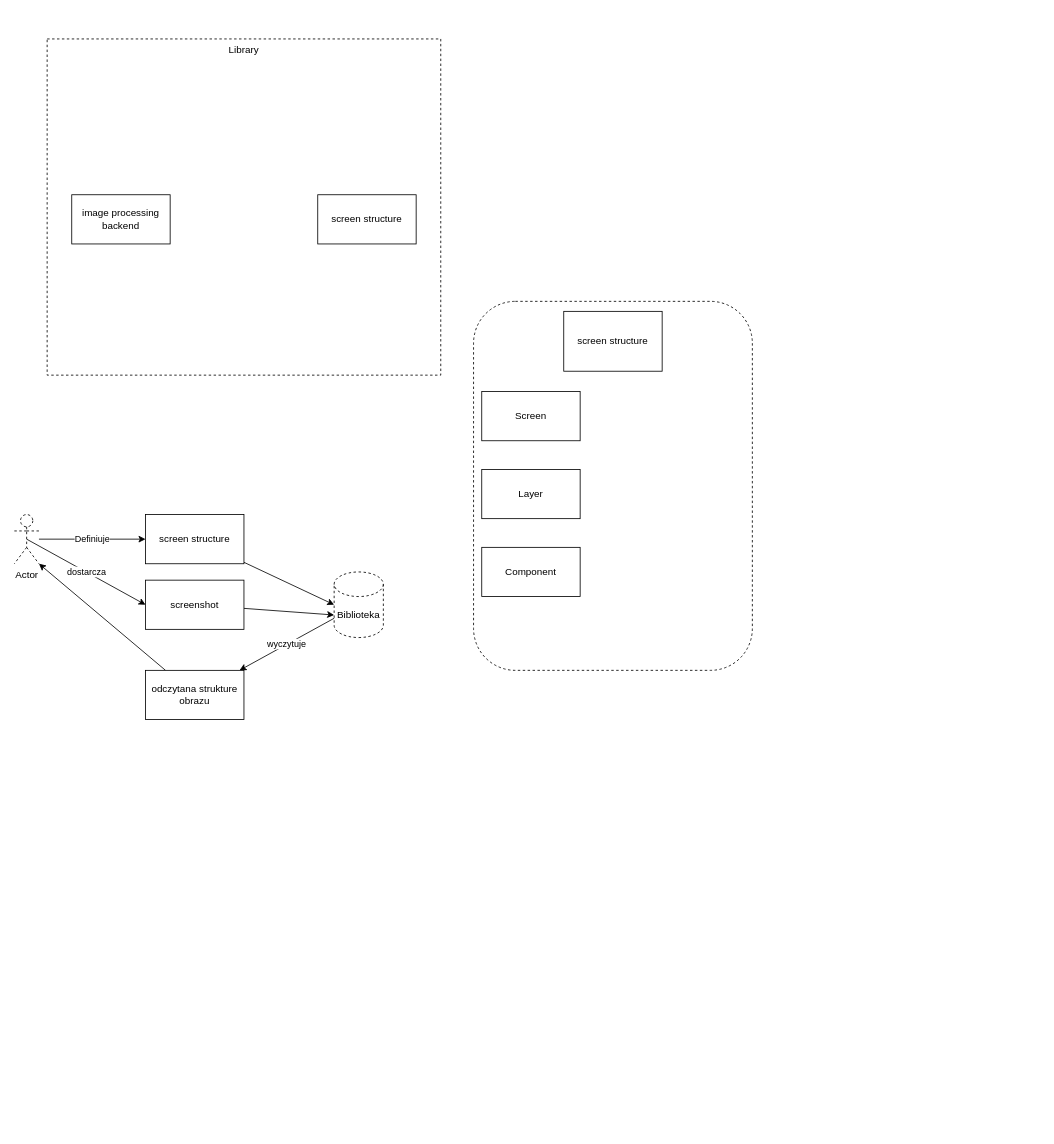
Vergenter/gameskan keeps this draw.io diagram as architecture.drawio. Above is the earlier version. Source tidied: cells renumbered, new cells numbered last; positions are measured from the earlier drawing's top-left corner, leaving out a move shared by most shapes. Both pictures are drawn from the tidied source at 82%, with x=0, y=0 at pixel (14, 39).
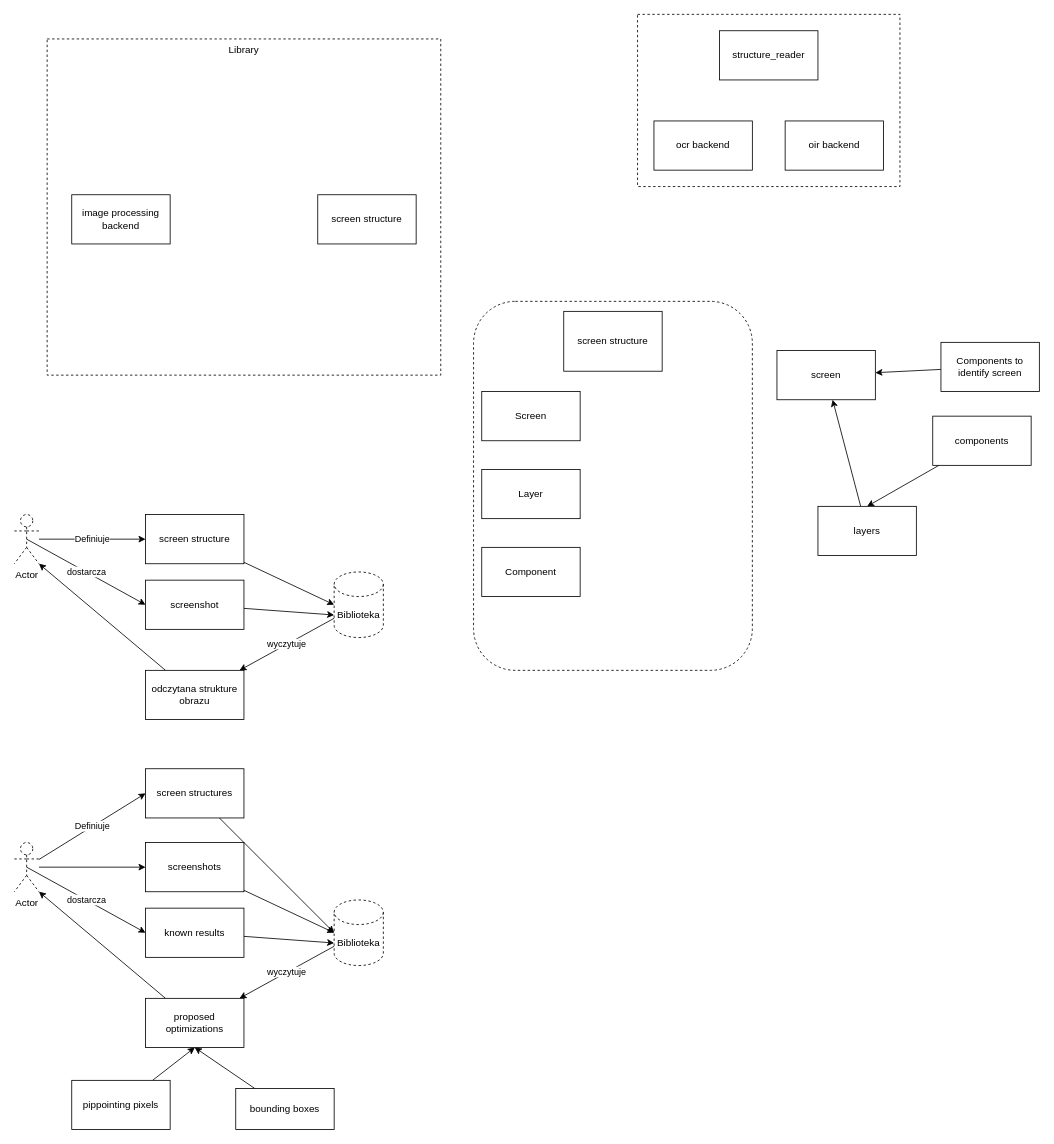
The same page after the edit.

The edit, as a diff of the source:
```diff
@@
+    <mxCell id="24" style="rounded=0;whiteSpace=wrap;html=1;dashed=1;fillColor=none;" parent="1" vertex="1">
+      <mxGeometry x="760" y="-30" width="320" height="210" as="geometry" />
+    </mxCell>
@@
+    <mxCell id="25" value="ocr backend" style="rounded=0;whiteSpace=wrap;html=1;" parent="1" vertex="1">
+      <mxGeometry x="780" y="100" width="120" height="60" as="geometry" />
+    </mxCell>
+    <mxCell id="26" value="oir backend" style="rounded=0;whiteSpace=wrap;html=1;" parent="1" vertex="1">
+      <mxGeometry x="940" y="100" width="120" height="60" as="geometry" />
+    </mxCell>
+    <mxCell id="27" value="Definiuje" style="edgeStyle=none;html=1;entryX=0;entryY=0.5;entryDx=0;entryDy=0;" parent="1" edge="1" source="30" target="32">
+      <mxGeometry relative="1" as="geometry" />
+    </mxCell>
+    <mxCell id="28" value="dostarcza" style="edgeStyle=none;html=1;exitX=0.5;exitY=0.5;exitDx=0;exitDy=0;exitPerimeter=0;entryX=0;entryY=0.5;entryDx=0;entryDy=0;" parent="1" edge="1" source="30" target="36">
+      <mxGeometry relative="1" as="geometry" />
+    </mxCell>
+    <mxCell id="29" style="edgeStyle=none;html=1;entryX=0;entryY=0.5;entryDx=0;entryDy=0;" parent="1" edge="1" source="30" target="40">
+      <mxGeometry relative="1" as="geometry" />
+    </mxCell>
+    <mxCell id="30" value="Actor" style="shape=umlActor;verticalLabelPosition=bottom;verticalAlign=top;html=1;outlineConnect=0;dashed=1;fillColor=none;" parent="1" vertex="1">
+      <mxGeometry y="980" width="30" height="60" as="geometry" />
+    </mxCell>
+    <mxCell id="31" style="edgeStyle=none;html=1;entryX=0;entryY=0.5;entryDx=0;entryDy=0;entryPerimeter=0;" parent="1" edge="1" source="32" target="34">
+      <mxGeometry relative="1" as="geometry" />
+    </mxCell>
+    <mxCell id="32" value="screen structures" style="rounded=0;whiteSpace=wrap;html=1;" parent="1" vertex="1">
+      <mxGeometry x="160" y="890" width="120" height="60" as="geometry" />
+    </mxCell>
+    <mxCell id="33" value="wyczytuje" style="edgeStyle=none;html=1;" parent="1" edge="1" source="34" target="38">
+      <mxGeometry relative="1" as="geometry" />
+    </mxCell>
+    <mxCell id="34" value="Biblioteka" style="shape=cylinder3;whiteSpace=wrap;html=1;boundedLbl=1;backgroundOutline=1;size=15;dashed=1;fillColor=none;" parent="1" vertex="1">
+      <mxGeometry x="390" y="1050" width="60" height="80" as="geometry" />
+    </mxCell>
+    <mxCell id="35" style="edgeStyle=none;html=1;entryX=0;entryY=0;entryDx=0;entryDy=52.5;entryPerimeter=0;" parent="1" edge="1" source="36" target="34">
+      <mxGeometry relative="1" as="geometry" />
+    </mxCell>
+    <mxCell id="36" value="known results" style="rounded=0;whiteSpace=wrap;html=1;" parent="1" vertex="1">
+      <mxGeometry x="160" y="1060" width="120" height="60" as="geometry" />
+    </mxCell>
+    <mxCell id="37" style="edgeStyle=none;html=1;entryX=1;entryY=1;entryDx=0;entryDy=0;entryPerimeter=0;" parent="1" edge="1" source="38" target="30">
+      <mxGeometry relative="1" as="geometry" />
+    </mxCell>
+    <mxCell id="38" value="proposed optimizations" style="rounded=0;whiteSpace=wrap;html=1;" parent="1" vertex="1">
+      <mxGeometry x="160" y="1170" width="120" height="60" as="geometry" />
+    </mxCell>
+    <mxCell id="39" style="edgeStyle=none;html=1;entryX=0;entryY=0.5;entryDx=0;entryDy=0;entryPerimeter=0;" parent="1" edge="1" source="40" target="34">
+      <mxGeometry relative="1" as="geometry" />
+    </mxCell>
+    <mxCell id="40" value="screenshots" style="rounded=0;whiteSpace=wrap;html=1;" parent="1" vertex="1">
+      <mxGeometry x="160" y="980" width="120" height="60" as="geometry" />
+    </mxCell>
+    <mxCell id="41" style="edgeStyle=none;html=1;entryX=0.5;entryY=1;entryDx=0;entryDy=0;" parent="1" edge="1" source="42" target="38">
+      <mxGeometry relative="1" as="geometry" />
+    </mxCell>
+    <mxCell id="42" value="pippointing pixels" style="rounded=0;whiteSpace=wrap;html=1;" parent="1" vertex="1">
+      <mxGeometry x="70" y="1270" width="120" height="60" as="geometry" />
+    </mxCell>
+    <mxCell id="43" style="edgeStyle=none;html=1;entryX=0.5;entryY=1;entryDx=0;entryDy=0;" parent="1" edge="1" source="44" target="38">
+      <mxGeometry relative="1" as="geometry" />
+    </mxCell>
+    <mxCell id="44" value="bounding boxes" style="rounded=0;whiteSpace=wrap;html=1;" parent="1" vertex="1">
+      <mxGeometry x="270" y="1280" width="120" height="50" as="geometry" />
+    </mxCell>
+    <mxCell id="45" style="edgeStyle=none;html=1;" parent="1" edge="1" source="46" target="47">
+      <mxGeometry relative="1" as="geometry" />
+    </mxCell>
+    <mxCell id="46" value="Components to identify screen" style="rounded=0;whiteSpace=wrap;html=1;" parent="1" vertex="1">
+      <mxGeometry x="1130" y="370" width="120" height="60" as="geometry" />
+    </mxCell>
+    <mxCell id="47" value="screen" style="rounded=0;whiteSpace=wrap;html=1;" parent="1" vertex="1">
+      <mxGeometry x="930" y="380" width="120" height="60" as="geometry" />
+    </mxCell>
+    <mxCell id="48" style="edgeStyle=none;html=1;entryX=0.5;entryY=0;entryDx=0;entryDy=0;" parent="1" edge="1" source="49" target="51">
+      <mxGeometry relative="1" as="geometry" />
+    </mxCell>
+    <mxCell id="49" value="components" style="rounded=0;whiteSpace=wrap;html=1;" parent="1" vertex="1">
+      <mxGeometry x="1120" y="460" width="120" height="60" as="geometry" />
+    </mxCell>
+    <mxCell id="50" style="edgeStyle=none;html=1;" parent="1" edge="1" source="51" target="47">
+      <mxGeometry relative="1" as="geometry" />
+    </mxCell>
+    <mxCell id="51" value="layers" style="rounded=0;whiteSpace=wrap;html=1;" parent="1" vertex="1">
+      <mxGeometry x="980" y="570" width="120" height="60" as="geometry" />
+    </mxCell>
+    <mxCell id="52" value="structure_reader" style="rounded=0;whiteSpace=wrap;html=1;" parent="1" vertex="1">
+      <mxGeometry x="860" y="-10" width="120" height="60" as="geometry" />
+    </mxCell>
```
